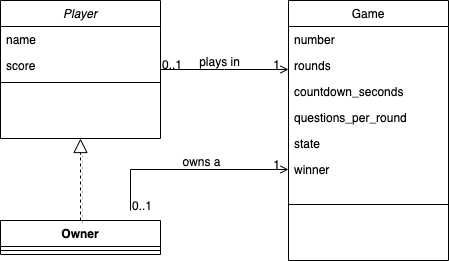
Above: docs/coronivia.png in coolcoastcat/coronivia (draw.io), before the change. Source tidied: cells renumbered, new cells last; positions are measured from the earlier drawing's top-left corner, leaving out a move shared by most shapes. Its diagram source:
```xml
<mxGraphModel>
  <root>
    <mxCell id="0" />
    <mxCell id="1" parent="0" />
    <mxCell id="2" value="Player" style="swimlane;fontStyle=2;align=center;verticalAlign=top;horizontal=1;startSize=26;rounded=0;shadow=0;strokeWidth=1;" parent="1" vertex="1">
      <mxGeometry width="160" height="138" as="geometry" />
    </mxCell>
    <mxCell id="3" value="name" style="text;align=left;verticalAlign=top;spacingLeft=4;spacingRight=4;overflow=hidden;" parent="2" vertex="1">
      <mxGeometry y="26" width="160" height="26" as="geometry" />
    </mxCell>
    <mxCell id="4" value="score" style="text;align=left;verticalAlign=top;spacingLeft=4;spacingRight=4;overflow=hidden;rounded=0;shadow=0;html=0;" parent="2" vertex="1">
      <mxGeometry y="52" width="160" height="26" as="geometry" />
    </mxCell>
    <mxCell id="5" style="line;html=1;strokeWidth=1;align=left;verticalAlign=middle;spacingTop=-1;spacingLeft=3;spacingRight=3;labelPosition=right;" parent="2" vertex="1">
      <mxGeometry y="78" width="160" height="8" as="geometry" />
    </mxCell>
    <mxCell id="6" value="Game" style="swimlane;fontStyle=0;align=center;verticalAlign=top;horizontal=1;startSize=26;rounded=0;shadow=0;strokeWidth=1;" parent="1" vertex="1">
      <mxGeometry x="288" width="160" height="260" as="geometry" />
    </mxCell>
    <mxCell id="7" value="number" style="text;align=left;verticalAlign=top;spacingLeft=4;spacingRight=4;overflow=hidden;" parent="6" vertex="1">
      <mxGeometry y="26" width="160" height="26" as="geometry" />
    </mxCell>
    <mxCell id="8" value="rounds" style="text;align=left;verticalAlign=top;spacingLeft=4;spacingRight=4;overflow=hidden;rounded=0;shadow=0;html=0;" parent="6" vertex="1">
      <mxGeometry y="52" width="160" height="26" as="geometry" />
    </mxCell>
    <mxCell id="9" value="countdown_seconds" style="text;align=left;verticalAlign=top;spacingLeft=4;spacingRight=4;overflow=hidden;rounded=0;shadow=0;html=0;" parent="6" vertex="1">
      <mxGeometry y="78" width="160" height="26" as="geometry" />
    </mxCell>
    <mxCell id="10" value="questions_per_round" style="text;align=left;verticalAlign=top;spacingLeft=4;spacingRight=4;overflow=hidden;rounded=0;shadow=0;html=0;" parent="6" vertex="1">
      <mxGeometry y="104" width="160" height="26" as="geometry" />
    </mxCell>
    <mxCell id="11" value="state" style="text;align=left;verticalAlign=top;spacingLeft=4;spacingRight=4;overflow=hidden;rounded=0;shadow=0;html=0;" parent="6" vertex="1">
      <mxGeometry y="130" width="160" height="26" as="geometry" />
    </mxCell>
    <mxCell id="12" value="winner" style="text;align=left;verticalAlign=top;spacingLeft=4;spacingRight=4;overflow=hidden;points=[[0,0.5],[1,0.5]];portConstraint=eastwest;rounded=0;shadow=0;html=0;" parent="6" vertex="1">
      <mxGeometry y="156" width="160" height="26" as="geometry" />
    </mxCell>
    <mxCell id="13" style="line;html=1;strokeWidth=1;align=left;verticalAlign=middle;spacingTop=-1;spacingLeft=3;spacingRight=3;labelPosition=right;" parent="6" vertex="1">
      <mxGeometry y="182" width="160" height="44" as="geometry" />
    </mxCell>
    <mxCell id="14" style="endArrow=open;shadow=0;strokeWidth=1;strokeColor=#000000;rounded=0;endFill=1;edgeStyle=elbowEdgeStyle;elbow=vertical;" parent="1" edge="1" source="2" target="6">
      <mxGeometry x="0.5" y="41" relative="1" as="geometry">
        <mxPoint x="-40" y="32" as="offset" />
      </mxGeometry>
    </mxCell>
    <mxCell id="15" value="0..1" style="align=left;verticalAlign=bottom;labelBackgroundColor=none;fontSize=12;" parent="14" vertex="1">
      <mxGeometry x="-1" relative="1" as="geometry">
        <mxPoint y="4" as="offset" />
      </mxGeometry>
    </mxCell>
    <mxCell id="16" value="1" style="align=right;verticalAlign=bottom;labelBackgroundColor=none;fontSize=12;" parent="14" vertex="1">
      <mxGeometry x="1" relative="1" as="geometry">
        <mxPoint x="-7" y="4" as="offset" />
      </mxGeometry>
    </mxCell>
    <mxCell id="17" value="plays in" style="text;html=1;align=center;verticalAlign=middle;labelBackgroundColor=none;rounded=0;shadow=0;strokeWidth=1;fontSize=12;" parent="14" vertex="1">
      <mxGeometry x="0.5" y="49" relative="1" as="geometry">
        <mxPoint x="-38" y="40" as="offset" />
      </mxGeometry>
    </mxCell>
    <mxCell id="18" value="Owner" style="swimlane;fontStyle=1;align=center;verticalAlign=top;horizontal=1;startSize=26;" parent="1" vertex="1">
      <mxGeometry y="220" width="160" height="34" as="geometry" />
    </mxCell>
    <mxCell id="19" style="line;strokeWidth=1;fillColor=none;align=left;verticalAlign=middle;spacingTop=-1;spacingLeft=3;spacingRight=3;labelPosition=right;" parent="18" vertex="1">
      <mxGeometry y="26" width="160" height="8" as="geometry" />
    </mxCell>
    <mxCell id="20" style="endArrow=block;dashed=1;endFill=0;endSize=12;html=1;shadow=1;entryX=0.5;entryY=1;entryDx=0;entryDy=0;exitX=0.5;exitY=0;exitDx=0;exitDy=0;" parent="1" edge="1" source="18" target="2">
      <mxGeometry relative="1" as="geometry" />
    </mxCell>
    <mxCell id="21" style="endArrow=open;shadow=0;strokeWidth=1;strokeColor=#000000;rounded=0;endFill=1;edgeStyle=elbowEdgeStyle;elbow=vertical;entryX=0;entryY=0.5;entryDx=0;entryDy=0;" parent="1" edge="1" target="12">
      <mxGeometry x="0.5" y="41" relative="1" as="geometry">
        <mxPoint x="130" y="210" as="sourcePoint" />
        <Array as="points">
          <mxPoint x="180" y="169" />
        </Array>
        <mxPoint x="-40" y="32" as="offset" />
      </mxGeometry>
    </mxCell>
    <mxCell id="22" value="0..1" style="align=left;verticalAlign=bottom;labelBackgroundColor=none;fontSize=12;" parent="21" vertex="1">
      <mxGeometry x="-1" relative="1" as="geometry">
        <mxPoint y="4" as="offset" />
      </mxGeometry>
    </mxCell>
    <mxCell id="23" value="1" style="align=right;verticalAlign=bottom;labelBackgroundColor=none;fontSize=12;" parent="21" vertex="1">
      <mxGeometry x="1" relative="1" as="geometry">
        <mxPoint x="-7" y="4" as="offset" />
      </mxGeometry>
    </mxCell>
    <mxCell id="24" value="owns a" style="text;html=1;align=center;verticalAlign=middle;labelBackgroundColor=none;rounded=0;shadow=0;strokeWidth=1;fontSize=12;" parent="21" vertex="1">
      <mxGeometry x="0.5" y="49" relative="1" as="geometry">
        <mxPoint x="-38" y="40" as="offset" />
      </mxGeometry>
    </mxCell>
  </root>
</mxGraphModel>
```
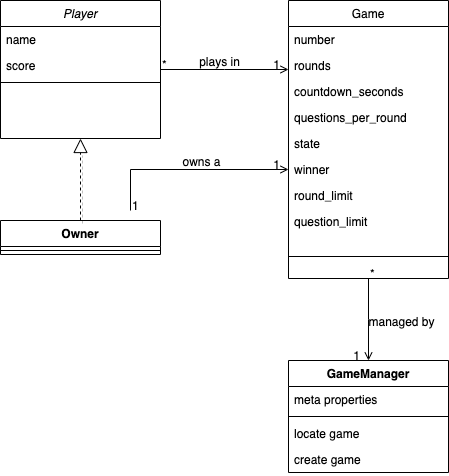
The same diagram one commit later.

Commit message:
Updated Class Diagram

The edit, as a diff of the source:
```diff
@@ -15,7 +15,7 @@
       <mxGeometry y="78" width="160" height="8" as="geometry" />
     </mxCell>
     <mxCell id="6" value="Game" style="swimlane;fontStyle=0;align=center;verticalAlign=top;horizontal=1;startSize=26;rounded=0;shadow=0;strokeWidth=1;" parent="1" vertex="1">
-      <mxGeometry x="288" width="160" height="260" as="geometry" />
+      <mxGeometry x="288" width="160" height="278" as="geometry" />
     </mxCell>
     <mxCell id="7" value="number" style="text;align=left;verticalAlign=top;spacingLeft=4;spacingRight=4;overflow=hidden;" parent="6" vertex="1">
       <mxGeometry y="26" width="160" height="26" as="geometry" />
@@ -35,15 +35,21 @@
     <mxCell id="12" value="winner" style="text;align=left;verticalAlign=top;spacingLeft=4;spacingRight=4;overflow=hidden;points=[[0,0.5],[1,0.5]];portConstraint=eastwest;rounded=0;shadow=0;html=0;" parent="6" vertex="1">
       <mxGeometry y="156" width="160" height="26" as="geometry" />
     </mxCell>
+    <mxCell id="25" value="round_limit" style="text;align=left;verticalAlign=top;spacingLeft=4;spacingRight=4;overflow=hidden;rounded=0;shadow=0;html=0;" parent="6" vertex="1">
+      <mxGeometry y="182" width="160" height="26" as="geometry" />
+    </mxCell>
+    <mxCell id="26" value="question_limit" style="text;align=left;verticalAlign=top;spacingLeft=4;spacingRight=4;overflow=hidden;rounded=0;shadow=0;html=0;" parent="6" vertex="1">
+      <mxGeometry y="208" width="160" height="26" as="geometry" />
+    </mxCell>
     <mxCell id="13" style="line;html=1;strokeWidth=1;align=left;verticalAlign=middle;spacingTop=-1;spacingLeft=3;spacingRight=3;labelPosition=right;" parent="6" vertex="1">
-      <mxGeometry y="182" width="160" height="44" as="geometry" />
+      <mxGeometry y="234" width="160" height="44" as="geometry" />
     </mxCell>
     <mxCell id="14" style="endArrow=open;shadow=0;strokeWidth=1;strokeColor=#000000;rounded=0;endFill=1;edgeStyle=elbowEdgeStyle;elbow=vertical;" parent="1" edge="1" source="2" target="6">
       <mxGeometry x="0.5" y="41" relative="1" as="geometry">
         <mxPoint x="-40" y="32" as="offset" />
       </mxGeometry>
     </mxCell>
-    <mxCell id="15" value="0..1" style="align=left;verticalAlign=bottom;labelBackgroundColor=none;fontSize=12;" parent="14" vertex="1">
+    <mxCell id="15" value="*" style="align=left;verticalAlign=bottom;labelBackgroundColor=none;fontSize=12;" parent="14" vertex="1">
       <mxGeometry x="-1" relative="1" as="geometry">
         <mxPoint y="4" as="offset" />
       </mxGeometry>
@@ -76,7 +82,7 @@
         <mxPoint x="-40" y="32" as="offset" />
       </mxGeometry>
     </mxCell>
-    <mxCell id="22" value="0..1" style="align=left;verticalAlign=bottom;labelBackgroundColor=none;fontSize=12;" parent="21" vertex="1">
+    <mxCell id="22" value="1" style="align=left;verticalAlign=bottom;labelBackgroundColor=none;fontSize=12;" parent="21" vertex="1">
       <mxGeometry x="-1" relative="1" as="geometry">
         <mxPoint y="4" as="offset" />
       </mxGeometry>
@@ -91,5 +97,40 @@
         <mxPoint x="-38" y="40" as="offset" />
       </mxGeometry>
     </mxCell>
+    <mxCell id="27" value="GameManager" style="swimlane;fontStyle=1;align=center;verticalAlign=top;horizontal=1;startSize=26;" parent="1" vertex="1">
+      <mxGeometry x="288" y="360" width="160" height="112" as="geometry" />
+    </mxCell>
+    <mxCell id="28" value="meta properties" style="text;strokeColor=none;fillColor=none;align=left;verticalAlign=top;spacingLeft=4;spacingRight=4;overflow=hidden;" parent="27" vertex="1">
+      <mxGeometry y="26" width="160" height="26" as="geometry" />
+    </mxCell>
+    <mxCell id="29" style="line;strokeWidth=1;fillColor=none;align=left;verticalAlign=middle;spacingTop=-1;spacingLeft=3;spacingRight=3;labelPosition=right;" parent="27" vertex="1">
+      <mxGeometry y="52" width="160" height="8" as="geometry" />
+    </mxCell>
+    <mxCell id="30" value="locate game" style="text;strokeColor=none;fillColor=none;align=left;verticalAlign=top;spacingLeft=4;spacingRight=4;overflow=hidden;" parent="27" vertex="1">
+      <mxGeometry y="60" width="160" height="26" as="geometry" />
+    </mxCell>
+    <mxCell id="31" value="create game" style="text;strokeColor=none;fillColor=none;align=left;verticalAlign=top;spacingLeft=4;spacingRight=4;overflow=hidden;" parent="27" vertex="1">
+      <mxGeometry y="86" width="160" height="26" as="geometry" />
+    </mxCell>
+    <mxCell id="32" style="endArrow=open;shadow=0;strokeWidth=1;strokeColor=#000000;rounded=0;endFill=1;edgeStyle=elbowEdgeStyle;elbow=vertical;exitX=0.5;exitY=1;exitDx=0;exitDy=0;entryX=0.5;entryY=0;entryDx=0;entryDy=0;" parent="1" edge="1" source="6" target="27">
+      <mxGeometry x="0.5" y="41" relative="1" as="geometry">
+        <mxPoint x="-40" y="32" as="offset" />
+      </mxGeometry>
+    </mxCell>
+    <mxCell id="33" value="*" style="align=left;verticalAlign=bottom;labelBackgroundColor=none;fontSize=12;" parent="32" vertex="1">
+      <mxGeometry x="-1" relative="1" as="geometry">
+        <mxPoint y="4" as="offset" />
+      </mxGeometry>
+    </mxCell>
+    <mxCell id="34" value="1" style="align=right;verticalAlign=bottom;labelBackgroundColor=none;fontSize=12;" parent="32" vertex="1">
+      <mxGeometry x="1" relative="1" as="geometry">
+        <mxPoint x="-7" y="4" as="offset" />
+      </mxGeometry>
+    </mxCell>
+    <mxCell id="35" value="managed by" style="text;html=1;align=center;verticalAlign=middle;labelBackgroundColor=none;rounded=0;shadow=0;strokeWidth=1;fontSize=12;" parent="32" vertex="1">
+      <mxGeometry x="0.5" y="49" relative="1" as="geometry">
+        <mxPoint x="-17" y="-20" as="offset" />
+      </mxGeometry>
+    </mxCell>
   </root>
 </mxGraphModel>
```
